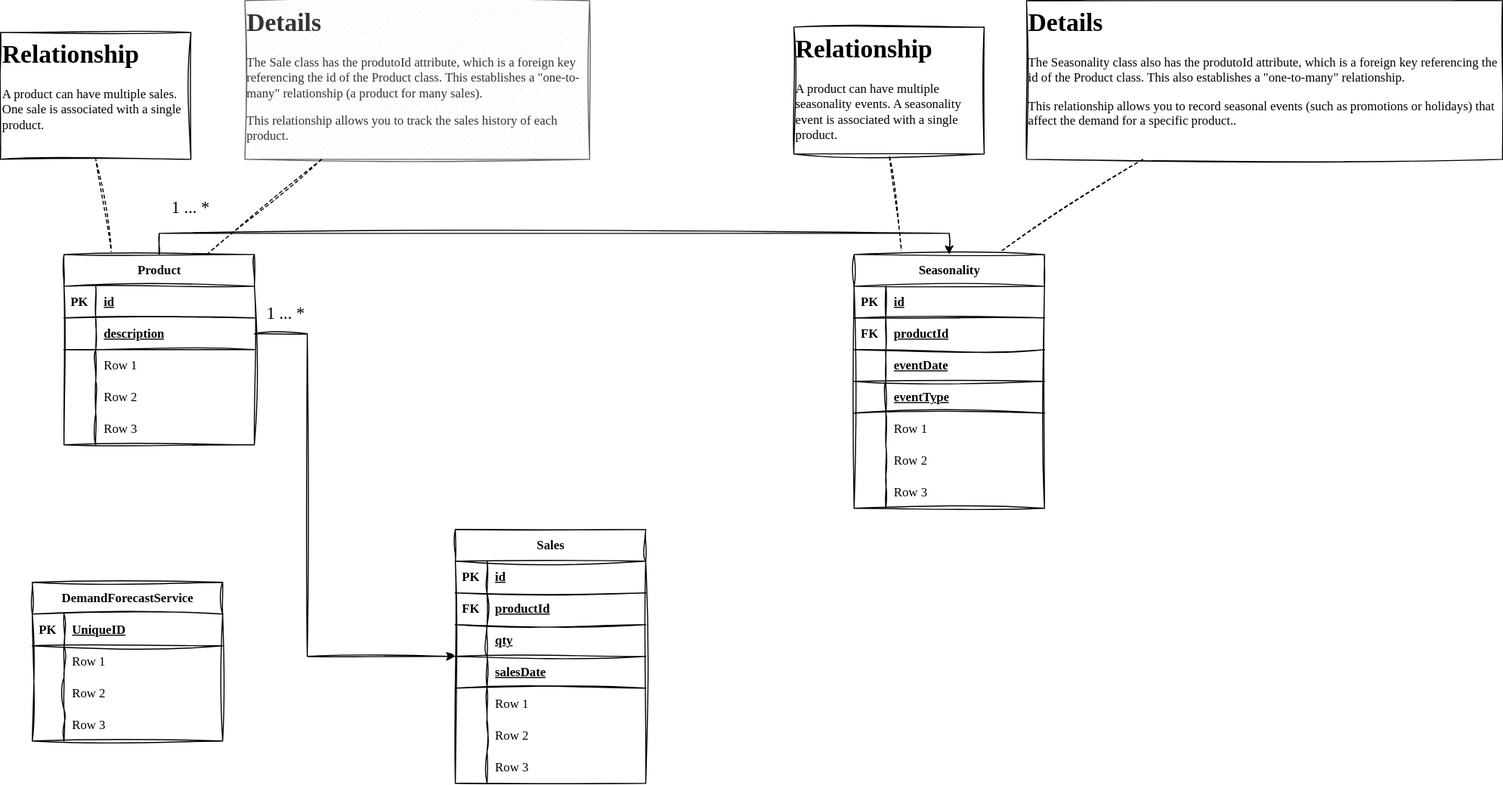
This is StockWise.drawio.svg from sergio-oliveira-br/StockWise, a draw.io export, as it was before one commit. Source tidied: cells renumbered, new cells last; positions are measured from the earlier drawing's top-left corner, leaving out a move shared by most shapes.
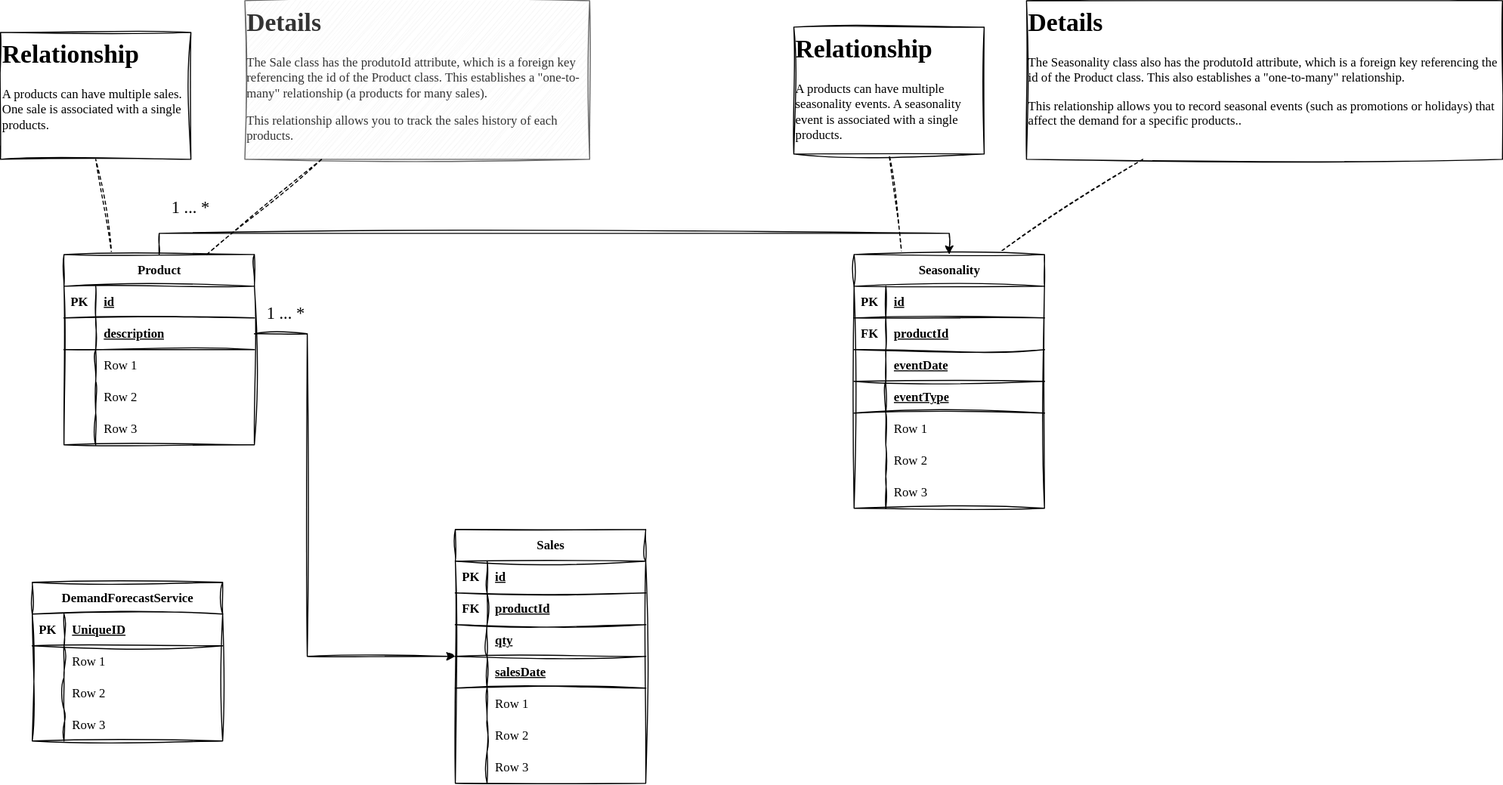
After the change.

Diff of the diagram source:
```diff
@@ -244,16 +244,16 @@
     <mxCell id="80" value="1 ... *" style="text;html=1;align=center;verticalAlign=middle;whiteSpace=wrap;rounded=0;fontFamily=Architects Daughter;fontSource=https%3A%2F%2Ffonts.googleapis.com%2Fcss%3Ffamily%3DArchitects%2BDaughter;fontSize=16;" parent="1" vertex="1">
       <mxGeometry x="150" y="180" width="60" height="30" as="geometry" />
     </mxCell>
-    <mxCell id="81" value="&lt;h1 style=&quot;margin-top: 0px;&quot;&gt;Relationship&lt;/h1&gt;&lt;p&gt;A product can have multiple sales. One sale is associated with a single product.&lt;/p&gt;" style="text;html=1;whiteSpace=wrap;overflow=hidden;rounded=0;fontFamily=Architects Daughter;fontSource=https%3A%2F%2Ffonts.googleapis.com%2Fcss%3Ffamily%3DArchitects%2BDaughter;sketch=1;curveFitting=1;jiggle=2;strokeColor=default;" parent="1" vertex="1">
+    <mxCell id="81" value="&lt;h1 style=&quot;margin-top: 0px;&quot;&gt;Relationship&lt;/h1&gt;&lt;p&gt;A products can have multiple sales. One sale is associated with a single products.&lt;/p&gt;" style="text;html=1;whiteSpace=wrap;overflow=hidden;rounded=0;fontFamily=Architects Daughter;fontSource=https%3A%2F%2Ffonts.googleapis.com%2Fcss%3Ffamily%3DArchitects%2BDaughter;sketch=1;curveFitting=1;jiggle=2;strokeColor=default;" parent="1" vertex="1">
       <mxGeometry y="30" width="180" height="120" as="geometry" />
     </mxCell>
-    <mxCell id="82" value="&lt;h1 style=&quot;margin-top: 0px;&quot;&gt;Details&lt;/h1&gt;&lt;p&gt;The Sale class has the produtoId attribute, which is a foreign key referencing the id of the Product class. This establishes a &quot;one-to-many&quot; relationship (a product for many sales).&lt;/p&gt;&lt;p&gt;This relationship allows you to track the sales history of each product.&lt;/p&gt;" style="text;html=1;whiteSpace=wrap;overflow=hidden;rounded=0;fontFamily=Architects Daughter;fontSource=https%3A%2F%2Ffonts.googleapis.com%2Fcss%3Ffamily%3DArchitects%2BDaughter;fillColor=#f5f5f5;fontColor=#333333;strokeColor=#666666;sketch=1;curveFitting=1;jiggle=2;" parent="1" vertex="1">
+    <mxCell id="82" value="&lt;h1 style=&quot;margin-top: 0px;&quot;&gt;Details&lt;/h1&gt;&lt;p&gt;The Sale class has the produtoId attribute, which is a foreign key referencing the id of the Product class. This establishes a &quot;one-to-many&quot; relationship (a products for many sales).&lt;/p&gt;&lt;p&gt;This relationship allows you to track the sales history of each products.&lt;/p&gt;" style="text;html=1;whiteSpace=wrap;overflow=hidden;rounded=0;fontFamily=Architects Daughter;fontSource=https%3A%2F%2Ffonts.googleapis.com%2Fcss%3Ffamily%3DArchitects%2BDaughter;fillColor=#f5f5f5;fontColor=#333333;strokeColor=#666666;sketch=1;curveFitting=1;jiggle=2;" parent="1" vertex="1">
       <mxGeometry x="231" width="326" height="150" as="geometry" />
     </mxCell>
-    <mxCell id="83" value="&lt;h1 style=&quot;margin-top: 0px;&quot;&gt;Relationship&lt;/h1&gt;&lt;p&gt;A product can have multiple seasonality events. A seasonality event is associated with a single product.&lt;/p&gt;" style="text;html=1;whiteSpace=wrap;overflow=hidden;rounded=0;fontFamily=Architects Daughter;fontSource=https%3A%2F%2Ffonts.googleapis.com%2Fcss%3Ffamily%3DArchitects%2BDaughter;glass=0;strokeColor=default;sketch=1;curveFitting=1;jiggle=2;" parent="1" vertex="1">
+    <mxCell id="83" value="&lt;h1 style=&quot;margin-top: 0px;&quot;&gt;Relationship&lt;/h1&gt;&lt;p&gt;A products can have multiple seasonality events. A seasonality event is associated with a single products.&lt;/p&gt;" style="text;html=1;whiteSpace=wrap;overflow=hidden;rounded=0;fontFamily=Architects Daughter;fontSource=https%3A%2F%2Ffonts.googleapis.com%2Fcss%3Ffamily%3DArchitects%2BDaughter;glass=0;strokeColor=default;sketch=1;curveFitting=1;jiggle=2;" parent="1" vertex="1">
       <mxGeometry x="750" y="25" width="180" height="120" as="geometry" />
     </mxCell>
-    <mxCell id="84" value="&lt;h1 style=&quot;margin-top: 0px;&quot;&gt;Details&lt;/h1&gt;&lt;p&gt;The Seasonality class also has the produtoId attribute, which is a foreign key referencing the id of the Product class. This also establishes a &quot;one-to-many&quot; relationship.&lt;/p&gt;&lt;p&gt;This relationship allows you to record seasonal events (such as promotions or holidays) that affect the demand for a specific product..&lt;br&gt;&lt;/p&gt;" style="text;html=1;whiteSpace=wrap;overflow=hidden;rounded=0;fontFamily=Architects Daughter;fontSource=https%3A%2F%2Ffonts.googleapis.com%2Fcss%3Ffamily%3DArchitects%2BDaughter;strokeColor=default;glass=0;sketch=1;curveFitting=1;jiggle=2;" parent="1" vertex="1">
+    <mxCell id="84" value="&lt;h1 style=&quot;margin-top: 0px;&quot;&gt;Details&lt;/h1&gt;&lt;p&gt;The Seasonality class also has the produtoId attribute, which is a foreign key referencing the id of the Product class. This also establishes a &quot;one-to-many&quot; relationship.&lt;/p&gt;&lt;p&gt;This relationship allows you to record seasonal events (such as promotions or holidays) that affect the demand for a specific products..&lt;br&gt;&lt;/p&gt;" style="text;html=1;whiteSpace=wrap;overflow=hidden;rounded=0;fontFamily=Architects Daughter;fontSource=https%3A%2F%2Ffonts.googleapis.com%2Fcss%3Ffamily%3DArchitects%2BDaughter;strokeColor=default;glass=0;sketch=1;curveFitting=1;jiggle=2;" parent="1" vertex="1">
       <mxGeometry x="970" width="450" height="150" as="geometry" />
     </mxCell>
     <mxCell id="85" style="edgeStyle=orthogonalEdgeStyle;rounded=0;sketch=1;hachureGap=4;jiggle=2;curveFitting=1;jettySize=auto;html=1;entryX=0.5;entryY=0;entryDx=0;entryDy=0;fontFamily=Architects Daughter;fontSource=https%3A%2F%2Ffonts.googleapis.com%2Fcss%3Ffamily%3DArchitects%2BDaughter;" parent="1" edge="1" source="3" target="21">
```
